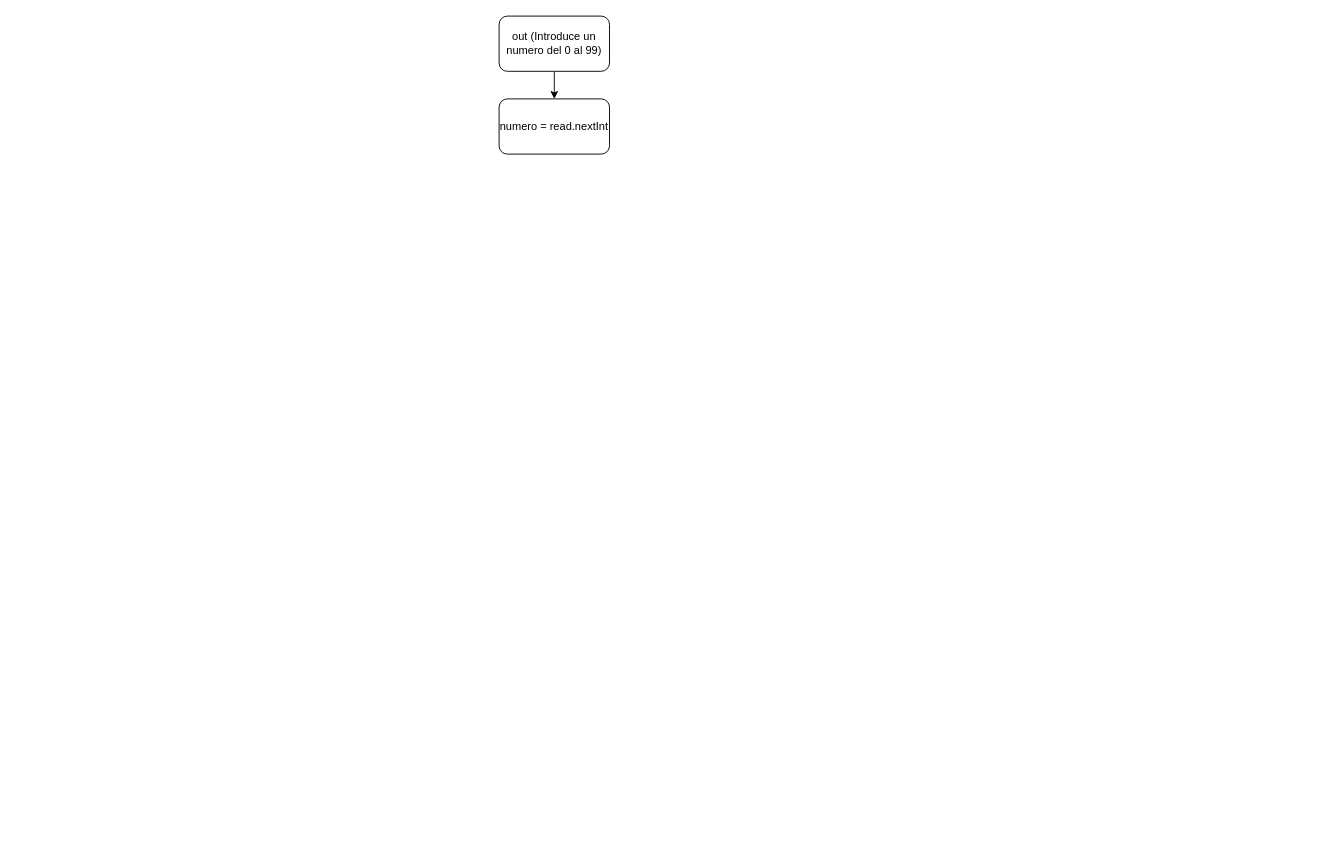
This is page "Ejercicio 4" (4 of 8) of Diagramas.drawio from antonionavarro04/EjerciciosT2-AntonioNavarro, a draw.io file, before an edit. Source tidied: cells renumbered, new cells numbered last; positions are measured from the earlier drawing's top-left corner, leaving out a move shared by most shapes. Both pictures are drawn from the tidied source at 92%, with x=0, y=0 at pixel (499, 16).
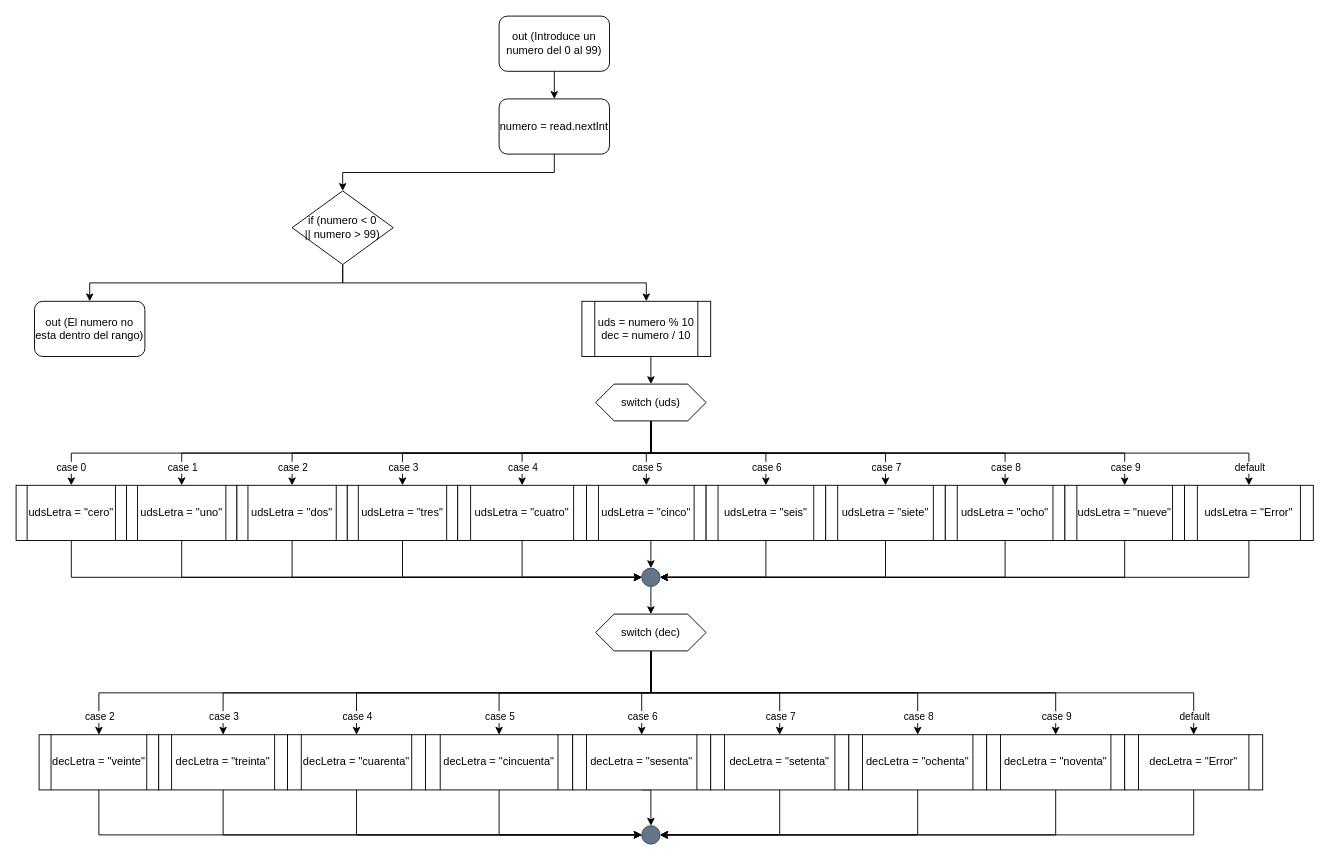
The same diagram, later.

The change refers to these unchanged cells:
```xml
<mxCell id="4" value="numero = read.nextInt" style="rounded=1;whiteSpace=wrap;html=1;" parent="1" vertex="1">
  <mxGeometry y="90" width="120" height="60" as="geometry" />
</mxCell>
```

Diff of the diagram source:
```diff
@@
+    <mxCell id="5" style="edgeStyle=orthogonalEdgeStyle;rounded=0;jettySize=auto;html=1;exitX=0.5;exitY=1;exitDx=0;exitDy=0;entryX=0.5;entryY=0;entryDx=0;entryDy=0;" parent="1" edge="1" source="4" target="8">
+      <mxGeometry relative="1" as="geometry" />
+    </mxCell>
@@
+    <mxCell id="6" style="edgeStyle=orthogonalEdgeStyle;rounded=0;jettySize=auto;html=1;exitX=0.5;exitY=1;exitDx=0;exitDy=0;entryX=0.5;entryY=0;entryDx=0;entryDy=0;" parent="1" edge="1" source="8" target="9">
+      <mxGeometry relative="1" as="geometry" />
+    </mxCell>
+    <mxCell id="7" style="edgeStyle=orthogonalEdgeStyle;rounded=0;jettySize=auto;html=1;exitX=0.5;exitY=1;exitDx=0;exitDy=0;entryX=0.5;entryY=0;entryDx=0;entryDy=0;" parent="1" edge="1" source="8" target="11">
+      <mxGeometry relative="1" as="geometry" />
+    </mxCell>
+    <mxCell id="8" value="if (numero &amp;lt; 0&lt;br&gt;|| numero &amp;gt; 99)" style="rhombus;whiteSpace=wrap;html=1;" parent="1" vertex="1">
+      <mxGeometry x="-225" y="190" width="110" height="80" as="geometry" />
+    </mxCell>
+    <mxCell id="9" value="out (El numero no esta dentro del rango)" style="rounded=1;whiteSpace=wrap;html=1;" parent="1" vertex="1">
+      <mxGeometry x="-505" y="310" width="120" height="60" as="geometry" />
+    </mxCell>
+    <mxCell id="10" style="edgeStyle=orthogonalEdgeStyle;rounded=0;jettySize=auto;html=1;exitX=0.5;exitY=1;exitDx=0;exitDy=0;entryX=0.5;entryY=0;entryDx=0;entryDy=0;" parent="1" edge="1" source="11" target="24">
+      <mxGeometry relative="1" as="geometry" />
+    </mxCell>
+    <mxCell id="11" value="uds = numero % 10&lt;br&gt;dec = numero / 10" style="shape=process;whiteSpace=wrap;html=1;backgroundOutline=1;" parent="1" vertex="1">
+      <mxGeometry x="90" y="310" width="140" height="60" as="geometry" />
+    </mxCell>
+    <mxCell id="12" style="edgeStyle=orthogonalEdgeStyle;rounded=0;jettySize=auto;html=1;exitX=0.5;exitY=1;exitDx=0;exitDy=0;entryX=0.5;entryY=0;entryDx=0;entryDy=0;" parent="1" edge="1" source="24" target="26">
+      <mxGeometry relative="1" as="geometry" />
+    </mxCell>
+    <mxCell id="13" style="edgeStyle=orthogonalEdgeStyle;rounded=0;jettySize=auto;html=1;exitX=0.5;exitY=1;exitDx=0;exitDy=0;entryX=0.5;entryY=0;entryDx=0;entryDy=0;" parent="1" edge="1" source="24" target="28">
+      <mxGeometry relative="1" as="geometry" />
+    </mxCell>
+    <mxCell id="14" style="edgeStyle=orthogonalEdgeStyle;rounded=0;jettySize=auto;html=1;exitX=0.5;exitY=1;exitDx=0;exitDy=0;entryX=0.5;entryY=0;entryDx=0;entryDy=0;" parent="1" edge="1" source="24" target="30">
+      <mxGeometry relative="1" as="geometry" />
+    </mxCell>
+    <mxCell id="15" style="edgeStyle=orthogonalEdgeStyle;rounded=0;jettySize=auto;html=1;exitX=0.5;exitY=1;exitDx=0;exitDy=0;entryX=0.5;entryY=0;entryDx=0;entryDy=0;" parent="1" edge="1" source="24" target="32">
+      <mxGeometry relative="1" as="geometry" />
+    </mxCell>
+    <mxCell id="16" style="edgeStyle=orthogonalEdgeStyle;rounded=0;jettySize=auto;html=1;exitX=0.5;exitY=1;exitDx=0;exitDy=0;entryX=0.5;entryY=0;entryDx=0;entryDy=0;" parent="1" edge="1" source="24" target="44">
+      <mxGeometry relative="1" as="geometry" />
+    </mxCell>
+    <mxCell id="17" style="edgeStyle=orthogonalEdgeStyle;rounded=0;jettySize=auto;html=1;exitX=0.5;exitY=1;exitDx=0;exitDy=0;entryX=0.5;entryY=0;entryDx=0;entryDy=0;" parent="1" edge="1" source="24" target="42">
+      <mxGeometry relative="1" as="geometry" />
+    </mxCell>
+    <mxCell id="18" style="edgeStyle=orthogonalEdgeStyle;rounded=0;jettySize=auto;html=1;exitX=0.5;exitY=1;exitDx=0;exitDy=0;entryX=0.5;entryY=0;entryDx=0;entryDy=0;" parent="1" edge="1" source="24" target="40">
+      <mxGeometry relative="1" as="geometry" />
+    </mxCell>
+    <mxCell id="19" style="edgeStyle=orthogonalEdgeStyle;rounded=0;jettySize=auto;html=1;exitX=0.5;exitY=1;exitDx=0;exitDy=0;entryX=0.5;entryY=0;entryDx=0;entryDy=0;" parent="1" edge="1" source="24" target="34">
+      <mxGeometry relative="1" as="geometry" />
+    </mxCell>
+    <mxCell id="20" style="edgeStyle=orthogonalEdgeStyle;rounded=0;jettySize=auto;html=1;exitX=0.5;exitY=1;exitDx=0;exitDy=0;entryX=0.5;entryY=0;entryDx=0;entryDy=0;" parent="1" edge="1" source="24" target="36">
+      <mxGeometry relative="1" as="geometry" />
+    </mxCell>
+    <mxCell id="21" style="edgeStyle=orthogonalEdgeStyle;rounded=0;jettySize=auto;html=1;exitX=0.5;exitY=1;exitDx=0;exitDy=0;entryX=0.5;entryY=0;entryDx=0;entryDy=0;" parent="1" edge="1" source="24" target="38">
+      <mxGeometry relative="1" as="geometry" />
+    </mxCell>
+    <mxCell id="22" style="edgeStyle=orthogonalEdgeStyle;rounded=0;jettySize=auto;html=1;exitX=0.5;exitY=1;exitDx=0;exitDy=0;entryX=0.5;entryY=0;entryDx=0;entryDy=0;" parent="1" edge="1" source="24" target="46">
+      <mxGeometry relative="1" as="geometry" />
+    </mxCell>
+    <mxCell id="23" value="case 0" style="edgeLabel;html=1;align=center;verticalAlign=middle;" parent="22" vertex="1">
+      <mxGeometry x="0.85" relative="1" as="geometry">
+        <mxPoint x="-18" y="15" as="offset" />
+      </mxGeometry>
+    </mxCell>
+    <mxCell id="24" value="switch (uds)" style="shape=hexagon;perimeter=hexagonPerimeter2;whiteSpace=wrap;html=1;fixedSize=1;" parent="1" vertex="1">
+      <mxGeometry x="105" y="400" width="120" height="40" as="geometry" />
+    </mxCell>
+    <mxCell id="25" style="edgeStyle=orthogonalEdgeStyle;rounded=0;jettySize=auto;html=1;exitX=0.5;exitY=1;exitDx=0;exitDy=0;entryX=0;entryY=0.5;entryDx=0;entryDy=0;" parent="1" edge="1" source="26" target="58">
+      <mxGeometry relative="1" as="geometry" />
+    </mxCell>
+    <mxCell id="26" value="udsLetra = &quot;uno&quot;" style="shape=process;whiteSpace=wrap;html=1;backgroundOutline=1;" parent="1" vertex="1">
+      <mxGeometry x="-405" y="510" width="120" height="60" as="geometry" />
+    </mxCell>
+    <mxCell id="27" style="edgeStyle=orthogonalEdgeStyle;rounded=0;jettySize=auto;html=1;exitX=0.5;exitY=1;exitDx=0;exitDy=0;entryX=0;entryY=0.5;entryDx=0;entryDy=0;" parent="1" edge="1" source="28" target="58">
+      <mxGeometry relative="1" as="geometry" />
+    </mxCell>
+    <mxCell id="28" value="udsLetra = &quot;dos&quot;" style="shape=process;whiteSpace=wrap;html=1;backgroundOutline=1;" parent="1" vertex="1">
+      <mxGeometry x="-285" y="510" width="120" height="60" as="geometry" />
+    </mxCell>
+    <mxCell id="29" style="edgeStyle=orthogonalEdgeStyle;rounded=0;jettySize=auto;html=1;exitX=0.5;exitY=1;exitDx=0;exitDy=0;entryX=0;entryY=0.5;entryDx=0;entryDy=0;" parent="1" edge="1" source="30" target="58">
+      <mxGeometry relative="1" as="geometry" />
+    </mxCell>
+    <mxCell id="30" value="udsLetra = &quot;tres&quot;" style="shape=process;whiteSpace=wrap;html=1;backgroundOutline=1;" parent="1" vertex="1">
+      <mxGeometry x="-165" y="510" width="120" height="60" as="geometry" />
+    </mxCell>
+    <mxCell id="31" style="edgeStyle=orthogonalEdgeStyle;rounded=0;jettySize=auto;html=1;exitX=0.5;exitY=1;exitDx=0;exitDy=0;entryX=0;entryY=0.5;entryDx=0;entryDy=0;" parent="1" edge="1" source="32" target="58">
+      <mxGeometry relative="1" as="geometry" />
+    </mxCell>
+    <mxCell id="32" value="udsLetra = &quot;cuatro&quot;" style="shape=process;whiteSpace=wrap;html=1;backgroundOutline=1;" parent="1" vertex="1">
+      <mxGeometry x="-45" y="510" width="140" height="60" as="geometry" />
+    </mxCell>
+    <mxCell id="33" style="edgeStyle=orthogonalEdgeStyle;rounded=0;jettySize=auto;html=1;exitX=0.5;exitY=1;exitDx=0;exitDy=0;entryX=0.5;entryY=0;entryDx=0;entryDy=0;" parent="1" edge="1" source="34" target="58">
+      <mxGeometry relative="1" as="geometry" />
+    </mxCell>
+    <mxCell id="34" value="udsLetra = &quot;cinco&quot;" style="shape=process;whiteSpace=wrap;html=1;backgroundOutline=1;" parent="1" vertex="1">
+      <mxGeometry x="95" y="510" width="130" height="60" as="geometry" />
+    </mxCell>
+    <mxCell id="35" style="edgeStyle=orthogonalEdgeStyle;rounded=0;jettySize=auto;html=1;exitX=0.5;exitY=1;exitDx=0;exitDy=0;entryX=1;entryY=0.5;entryDx=0;entryDy=0;" parent="1" edge="1" source="36" target="58">
+      <mxGeometry relative="1" as="geometry" />
+    </mxCell>
+    <mxCell id="36" value="udsLetra = &quot;seis&quot;" style="shape=process;whiteSpace=wrap;html=1;backgroundOutline=1;" parent="1" vertex="1">
+      <mxGeometry x="225" y="510" width="130" height="60" as="geometry" />
+    </mxCell>
+    <mxCell id="37" style="edgeStyle=orthogonalEdgeStyle;rounded=0;jettySize=auto;html=1;exitX=0.5;exitY=1;exitDx=0;exitDy=0;entryX=1;entryY=0.5;entryDx=0;entryDy=0;" parent="1" edge="1" source="38" target="58">
+      <mxGeometry relative="1" as="geometry" />
+    </mxCell>
+    <mxCell id="38" value="udsLetra = &quot;siete&quot;" style="shape=process;whiteSpace=wrap;html=1;backgroundOutline=1;" parent="1" vertex="1">
+      <mxGeometry x="355" y="510" width="130" height="60" as="geometry" />
+    </mxCell>
+    <mxCell id="39" style="edgeStyle=orthogonalEdgeStyle;rounded=0;jettySize=auto;html=1;exitX=0.5;exitY=1;exitDx=0;exitDy=0;entryX=1;entryY=0.5;entryDx=0;entryDy=0;" parent="1" edge="1" source="40" target="58">
+      <mxGeometry relative="1" as="geometry" />
+    </mxCell>
+    <mxCell id="40" value="udsLetra = &quot;ocho&quot;" style="shape=process;whiteSpace=wrap;html=1;backgroundOutline=1;" parent="1" vertex="1">
+      <mxGeometry x="485" y="510" width="130" height="60" as="geometry" />
+    </mxCell>
+    <mxCell id="41" style="edgeStyle=orthogonalEdgeStyle;rounded=0;jettySize=auto;html=1;exitX=0.5;exitY=1;exitDx=0;exitDy=0;entryX=1;entryY=0.5;entryDx=0;entryDy=0;" parent="1" edge="1" source="42" target="58">
+      <mxGeometry relative="1" as="geometry" />
+    </mxCell>
+    <mxCell id="42" value="udsLetra = &quot;nueve&quot;" style="shape=process;whiteSpace=wrap;html=1;backgroundOutline=1;" parent="1" vertex="1">
+      <mxGeometry x="615" y="510" width="130" height="60" as="geometry" />
+    </mxCell>
+    <mxCell id="43" style="edgeStyle=orthogonalEdgeStyle;rounded=0;jettySize=auto;html=1;exitX=0.5;exitY=1;exitDx=0;exitDy=0;entryX=1;entryY=0.5;entryDx=0;entryDy=0;" parent="1" edge="1" source="44" target="58">
+      <mxGeometry relative="1" as="geometry" />
+    </mxCell>
+    <mxCell id="44" value="udsLetra = &quot;Error&quot;" style="shape=process;whiteSpace=wrap;html=1;backgroundOutline=1;" parent="1" vertex="1">
+      <mxGeometry x="745" y="510" width="140" height="60" as="geometry" />
+    </mxCell>
+    <mxCell id="45" style="edgeStyle=orthogonalEdgeStyle;rounded=0;jettySize=auto;html=1;exitX=0.5;exitY=1;exitDx=0;exitDy=0;entryX=0;entryY=0.5;entryDx=0;entryDy=0;" parent="1" edge="1" source="46" target="58">
+      <mxGeometry relative="1" as="geometry" />
+    </mxCell>
+    <mxCell id="46" value="udsLetra = &quot;cero&quot;" style="shape=process;whiteSpace=wrap;html=1;backgroundOutline=1;" parent="1" vertex="1">
+      <mxGeometry x="-525" y="510" width="120" height="60" as="geometry" />
+    </mxCell>
+    <mxCell id="47" value="case 1" style="edgeLabel;html=1;align=center;verticalAlign=middle;" parent="1" vertex="1">
+      <mxGeometry x="-345" y="490" as="geometry" />
+    </mxCell>
+    <mxCell id="48" value="case 2" style="edgeLabel;html=1;align=center;verticalAlign=middle;" parent="1" vertex="1">
+      <mxGeometry x="-225" y="490" as="geometry" />
+    </mxCell>
+    <mxCell id="49" value="case 3" style="edgeLabel;html=1;align=center;verticalAlign=middle;" parent="1" vertex="1">
+      <mxGeometry x="-105" y="490" as="geometry" />
+    </mxCell>
+    <mxCell id="50" value="case 4" style="edgeLabel;html=1;align=center;verticalAlign=middle;" parent="1" vertex="1">
+      <mxGeometry x="25" y="490" as="geometry" />
+    </mxCell>
+    <mxCell id="51" value="case 5" style="edgeLabel;html=1;align=center;verticalAlign=middle;" parent="1" vertex="1">
+      <mxGeometry x="160" y="490" as="geometry" />
+    </mxCell>
+    <mxCell id="52" value="case 6" style="edgeLabel;html=1;align=center;verticalAlign=middle;" parent="1" vertex="1">
+      <mxGeometry x="290" y="490" as="geometry" />
+    </mxCell>
+    <mxCell id="53" value="case 7" style="edgeLabel;html=1;align=center;verticalAlign=middle;" parent="1" vertex="1">
+      <mxGeometry x="420" y="490" as="geometry" />
+    </mxCell>
+    <mxCell id="54" value="case 8" style="edgeLabel;html=1;align=center;verticalAlign=middle;" parent="1" vertex="1">
+      <mxGeometry x="550" y="490" as="geometry" />
+    </mxCell>
+    <mxCell id="55" value="case 9" style="edgeLabel;html=1;align=center;verticalAlign=middle;" parent="1" vertex="1">
+      <mxGeometry x="680" y="490" as="geometry" />
+    </mxCell>
+    <mxCell id="56" value="default" style="edgeLabel;html=1;align=center;verticalAlign=middle;" parent="1" vertex="1">
+      <mxGeometry x="815" y="490" as="geometry" />
+    </mxCell>
+    <mxCell id="57" style="edgeStyle=orthogonalEdgeStyle;rounded=0;jettySize=auto;html=1;exitX=0.5;exitY=1;exitDx=0;exitDy=0;entryX=0.5;entryY=0;entryDx=0;entryDy=0;" parent="1" edge="1" source="58" target="69">
+      <mxGeometry relative="1" as="geometry" />
+    </mxCell>
+    <mxCell id="58" style="ellipse;whiteSpace=wrap;html=1;fillColor=#647687;fontColor=#ffffff;strokeColor=#314354;" parent="1" vertex="1">
+      <mxGeometry x="155" y="600" width="20" height="20" as="geometry" />
+    </mxCell>
+    <mxCell id="59" style="edgeStyle=orthogonalEdgeStyle;rounded=0;jettySize=auto;html=1;exitX=0.5;exitY=1;exitDx=0;exitDy=0;entryX=0.5;entryY=0;entryDx=0;entryDy=0;" parent="1" edge="1" source="69" target="71">
+      <mxGeometry relative="1" as="geometry" />
+    </mxCell>
+    <mxCell id="60" value="case 2" style="edgeLabel;html=1;align=center;verticalAlign=middle;" parent="59" vertex="1">
+      <mxGeometry x="0.93" relative="1" as="geometry">
+        <mxPoint y="4" as="offset" />
+      </mxGeometry>
+    </mxCell>
+    <mxCell id="61" style="edgeStyle=orthogonalEdgeStyle;rounded=0;jettySize=auto;html=1;exitX=0.5;exitY=1;exitDx=0;exitDy=0;entryX=0.5;entryY=0;entryDx=0;entryDy=0;" parent="1" edge="1" source="69" target="85">
+      <mxGeometry relative="1" as="geometry" />
+    </mxCell>
+    <mxCell id="62" style="edgeStyle=orthogonalEdgeStyle;rounded=0;jettySize=auto;html=1;exitX=0.5;exitY=1;exitDx=0;exitDy=0;entryX=0.5;entryY=0;entryDx=0;entryDy=0;" parent="1" edge="1" source="69" target="83">
+      <mxGeometry relative="1" as="geometry" />
+    </mxCell>
+    <mxCell id="63" style="edgeStyle=orthogonalEdgeStyle;rounded=0;jettySize=auto;html=1;exitX=0.5;exitY=1;exitDx=0;exitDy=0;entryX=0.5;entryY=0;entryDx=0;entryDy=0;" parent="1" edge="1" source="69" target="81">
+      <mxGeometry relative="1" as="geometry" />
+    </mxCell>
+    <mxCell id="64" style="edgeStyle=orthogonalEdgeStyle;rounded=0;jettySize=auto;html=1;exitX=0.5;exitY=1;exitDx=0;exitDy=0;entryX=0.5;entryY=0;entryDx=0;entryDy=0;" parent="1" edge="1" source="69" target="79">
+      <mxGeometry relative="1" as="geometry" />
+    </mxCell>
+    <mxCell id="65" style="edgeStyle=orthogonalEdgeStyle;rounded=0;jettySize=auto;html=1;exitX=0.5;exitY=1;exitDx=0;exitDy=0;entryX=0.5;entryY=0;entryDx=0;entryDy=0;" parent="1" edge="1" source="69" target="77">
+      <mxGeometry relative="1" as="geometry" />
+    </mxCell>
+    <mxCell id="66" style="edgeStyle=orthogonalEdgeStyle;rounded=0;jettySize=auto;html=1;exitX=0.5;exitY=1;exitDx=0;exitDy=0;entryX=0.5;entryY=0;entryDx=0;entryDy=0;" parent="1" edge="1" source="69" target="75">
+      <mxGeometry relative="1" as="geometry" />
+    </mxCell>
+    <mxCell id="67" style="edgeStyle=orthogonalEdgeStyle;rounded=0;jettySize=auto;html=1;exitX=0.5;exitY=1;exitDx=0;exitDy=0;entryX=0.5;entryY=0;entryDx=0;entryDy=0;" parent="1" edge="1" source="69" target="73">
+      <mxGeometry relative="1" as="geometry" />
+    </mxCell>
+    <mxCell id="68" style="edgeStyle=orthogonalEdgeStyle;rounded=0;jettySize=auto;html=1;exitX=0.5;exitY=1;exitDx=0;exitDy=0;entryX=0.5;entryY=0;entryDx=0;entryDy=0;" parent="1" edge="1" source="69" target="92">
+      <mxGeometry relative="1" as="geometry" />
+    </mxCell>
+    <mxCell id="69" value="switch (dec)" style="shape=hexagon;perimeter=hexagonPerimeter2;whiteSpace=wrap;html=1;fixedSize=1;" parent="1" vertex="1">
+      <mxGeometry x="105" y="650" width="120" height="40" as="geometry" />
+    </mxCell>
+    <mxCell id="70" style="edgeStyle=orthogonalEdgeStyle;rounded=0;jettySize=auto;html=1;exitX=0.5;exitY=1;exitDx=0;exitDy=0;entryX=0;entryY=0.5;entryDx=0;entryDy=0;" parent="1" edge="1" source="71" target="96">
+      <mxGeometry relative="1" as="geometry" />
+    </mxCell>
+    <mxCell id="71" value="decLetra = &quot;veinte&quot;" style="shape=process;whiteSpace=wrap;html=1;backgroundOutline=1;" parent="1" vertex="1">
+      <mxGeometry x="-500" y="781.1" width="130" height="60" as="geometry" />
+    </mxCell>
+    <mxCell id="72" style="edgeStyle=orthogonalEdgeStyle;rounded=0;jettySize=auto;html=1;exitX=0.5;exitY=1;exitDx=0;exitDy=0;entryX=0;entryY=0.5;entryDx=0;entryDy=0;" parent="1" edge="1" source="73" target="96">
+      <mxGeometry relative="1" as="geometry" />
+    </mxCell>
+    <mxCell id="73" value="decLetra = &quot;treinta&quot;" style="shape=process;whiteSpace=wrap;html=1;backgroundOutline=1;" parent="1" vertex="1">
+      <mxGeometry x="-370" y="781.1" width="140" height="60" as="geometry" />
+    </mxCell>
+    <mxCell id="74" style="edgeStyle=orthogonalEdgeStyle;rounded=0;jettySize=auto;html=1;exitX=0.5;exitY=1;exitDx=0;exitDy=0;entryX=0;entryY=0.5;entryDx=0;entryDy=0;" parent="1" edge="1" source="75" target="96">
+      <mxGeometry relative="1" as="geometry" />
+    </mxCell>
+    <mxCell id="75" value="decLetra = &quot;cuarenta&quot;" style="shape=process;whiteSpace=wrap;html=1;backgroundOutline=1;" parent="1" vertex="1">
+      <mxGeometry x="-230" y="781.1" width="150" height="60" as="geometry" />
+    </mxCell>
+    <mxCell id="76" style="edgeStyle=orthogonalEdgeStyle;rounded=0;jettySize=auto;html=1;exitX=0.5;exitY=1;exitDx=0;exitDy=0;entryX=0;entryY=0.5;entryDx=0;entryDy=0;" parent="1" edge="1" source="77" target="96">
+      <mxGeometry relative="1" as="geometry" />
+    </mxCell>
+    <mxCell id="77" value="decLetra = &quot;cincuenta&quot;" style="shape=process;whiteSpace=wrap;html=1;backgroundOutline=1;" parent="1" vertex="1">
+      <mxGeometry x="-80" y="781.1" width="160" height="60" as="geometry" />
+    </mxCell>
+    <mxCell id="78" style="edgeStyle=orthogonalEdgeStyle;rounded=0;jettySize=auto;html=1;exitX=0.5;exitY=1;exitDx=0;exitDy=0;entryX=0.5;entryY=0;entryDx=0;entryDy=0;" parent="1" edge="1" source="79" target="96">
+      <mxGeometry relative="1" as="geometry">
+        <Array as="points">
+          <mxPoint x="165" y="841" />
+        </Array>
+      </mxGeometry>
+    </mxCell>
+    <mxCell id="79" value="decLetra = &quot;sesenta&quot;" style="shape=process;whiteSpace=wrap;html=1;backgroundOutline=1;" parent="1" vertex="1">
+      <mxGeometry x="80" y="781.1" width="150" height="60" as="geometry" />
+    </mxCell>
+    <mxCell id="80" style="edgeStyle=orthogonalEdgeStyle;rounded=0;jettySize=auto;html=1;exitX=0.5;exitY=1;exitDx=0;exitDy=0;entryX=1;entryY=0.5;entryDx=0;entryDy=0;" parent="1" edge="1" source="81" target="96">
+      <mxGeometry relative="1" as="geometry" />
+    </mxCell>
+    <mxCell id="81" value="decLetra = &quot;ochenta&quot;" style="shape=process;whiteSpace=wrap;html=1;backgroundOutline=1;" parent="1" vertex="1">
+      <mxGeometry x="380" y="781.1" width="150" height="60" as="geometry" />
+    </mxCell>
+    <mxCell id="82" style="edgeStyle=orthogonalEdgeStyle;rounded=0;jettySize=auto;html=1;exitX=0.5;exitY=1;exitDx=0;exitDy=0;entryX=1;entryY=0.5;entryDx=0;entryDy=0;" parent="1" edge="1" source="83" target="96">
+      <mxGeometry relative="1" as="geometry" />
+    </mxCell>
+    <mxCell id="83" value="decLetra = &quot;noventa&quot;" style="shape=process;whiteSpace=wrap;html=1;backgroundOutline=1;" parent="1" vertex="1">
+      <mxGeometry x="530" y="781.1" width="150" height="60" as="geometry" />
+    </mxCell>
+    <mxCell id="84" style="edgeStyle=orthogonalEdgeStyle;rounded=0;jettySize=auto;html=1;exitX=0.5;exitY=1;exitDx=0;exitDy=0;entryX=1;entryY=0.5;entryDx=0;entryDy=0;" parent="1" edge="1" source="85" target="96">
+      <mxGeometry relative="1" as="geometry" />
+    </mxCell>
+    <mxCell id="85" value="decLetra = &quot;Error&quot;" style="shape=process;whiteSpace=wrap;html=1;backgroundOutline=1;" parent="1" vertex="1">
+      <mxGeometry x="680" y="781.1" width="150" height="60" as="geometry" />
+    </mxCell>
+    <mxCell id="86" value="case 3" style="edgeLabel;html=1;align=center;verticalAlign=middle;" parent="1" vertex="1">
+      <mxGeometry x="-300" y="761.1" as="geometry" />
+    </mxCell>
+    <mxCell id="87" value="case 4" style="edgeLabel;html=1;align=center;verticalAlign=middle;" parent="1" vertex="1">
+      <mxGeometry x="-155" y="761.1" as="geometry" />
+    </mxCell>
+    <mxCell id="88" value="case 5" style="edgeLabel;html=1;align=center;verticalAlign=middle;" parent="1" vertex="1">
+      <mxGeometry y="761.1" as="geometry" />
+    </mxCell>
+    <mxCell id="89" value="case 6" style="edgeLabel;html=1;align=center;verticalAlign=middle;" parent="1" vertex="1">
+      <mxGeometry x="155" y="761.1" as="geometry" />
+    </mxCell>
+    <mxCell id="90" value="case 7" style="edgeLabel;html=1;align=center;verticalAlign=middle;" parent="1" vertex="1">
+      <mxGeometry x="305" y="761.1" as="geometry" />
+    </mxCell>
+    <mxCell id="91" style="edgeStyle=orthogonalEdgeStyle;rounded=0;jettySize=auto;html=1;exitX=0.5;exitY=1;exitDx=0;exitDy=0;entryX=1;entryY=0.5;entryDx=0;entryDy=0;" parent="1" edge="1" source="92" target="96">
+      <mxGeometry relative="1" as="geometry" />
+    </mxCell>
+    <mxCell id="92" value="decLetra = &quot;setenta&quot;" style="shape=process;whiteSpace=wrap;html=1;backgroundOutline=1;" parent="1" vertex="1">
+      <mxGeometry x="230" y="781.1" width="150" height="60" as="geometry" />
+    </mxCell>
+    <mxCell id="93" value="case 8" style="edgeLabel;html=1;align=center;verticalAlign=middle;" parent="1" vertex="1">
+      <mxGeometry x="455" y="761.1" as="geometry" />
+    </mxCell>
+    <mxCell id="94" value="case 9" style="edgeLabel;html=1;align=center;verticalAlign=middle;" parent="1" vertex="1">
+      <mxGeometry x="605" y="761.1" as="geometry" />
+    </mxCell>
+    <mxCell id="95" value="default" style="edgeLabel;html=1;align=center;verticalAlign=middle;" parent="1" vertex="1">
+      <mxGeometry x="755" y="761.1" as="geometry" />
+    </mxCell>
+    <mxCell id="96" style="ellipse;whiteSpace=wrap;html=1;fillColor=#647687;fontColor=#ffffff;strokeColor=#314354;" parent="1" vertex="1">
+      <mxGeometry x="155" y="880" width="20" height="20" as="geometry" />
+    </mxCell>
```
